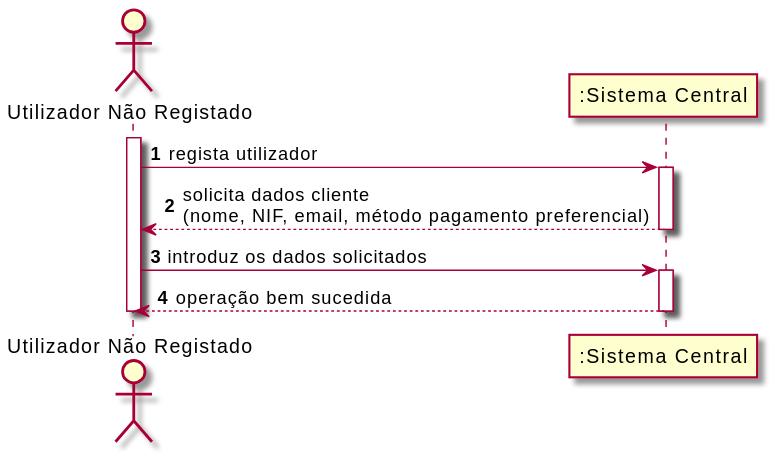
The PlantUML diagram Documentos/Sprint4/UC1/UC1_SSD.svg in UPskillDOTNET/Jakim-das-Coives-S.A., before a commit. Source of this version:
```plantuml
@startuml
autonumber
actor "Utilizador Não Registado" as UserNR
participant ":Sistema Central" as SC

activate UserNR
UserNR -> SC : regista utilizador
activate SC
SC --> UserNR : solicita dados cliente \n(nome, NIF, email, método pagamento preferencial)
deactivate SC

UserNR -> SC : introduz os dados solicitados
activate SC

SC --> UserNR : operação bem sucedida
deactivate SC

deactivate UserNR
@enduml
```
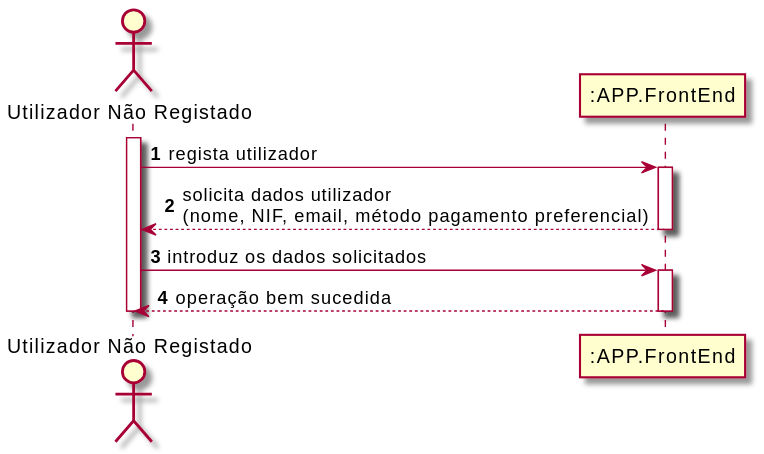
Later version of the same file.

The edit, as a diff of the source:
```diff
@@ -1,19 +1,18 @@
 @startuml
 autonumber
 actor "Utilizador Não Registado" as UserNR
-participant ":Sistema Central" as SC
+participant ":APP.FrontEnd" as FE
 
 activate UserNR
-UserNR -> SC : regista utilizador
-activate SC
-SC --> UserNR : solicita dados cliente \n(nome, NIF, email, método pagamento preferencial)
-deactivate SC
+UserNR -> FE : regista utilizador
+activate FE
+FE --> UserNR : solicita dados utilizador \n(nome, NIF, email, método pagamento preferencial)
+deactivate FE
 
-UserNR -> SC : introduz os dados solicitados
-activate SC
+UserNR -> FE : introduz os dados solicitados
+activate FE
 
-SC --> UserNR : operação bem sucedida
-deactivate SC
-
+FE --> UserNR : operação bem sucedida
+deactivate FE
 deactivate UserNR
 @enduml
```
